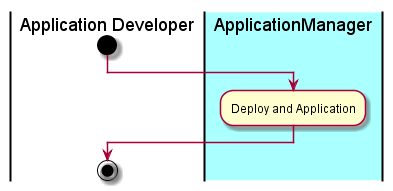
The PlantUML diagram design/UseCases/DeployApplication/Activities.png in CAADE/C3, before a commit.
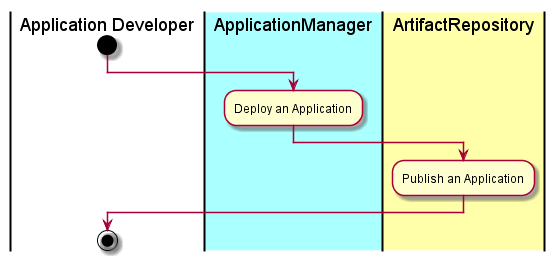
After the commit.

What changed in the source:
```diff
@@ -2,7 +2,9 @@
 |Application Developer|
 start
 |#aaffff|ApplicationManager|
-:Deploy and Application;
+:Deploy an Application;
+|#ffffaa|ArtifactRepository|
+:Publish an Application;
 |Application Developer|
 stop
 @enduml
```
